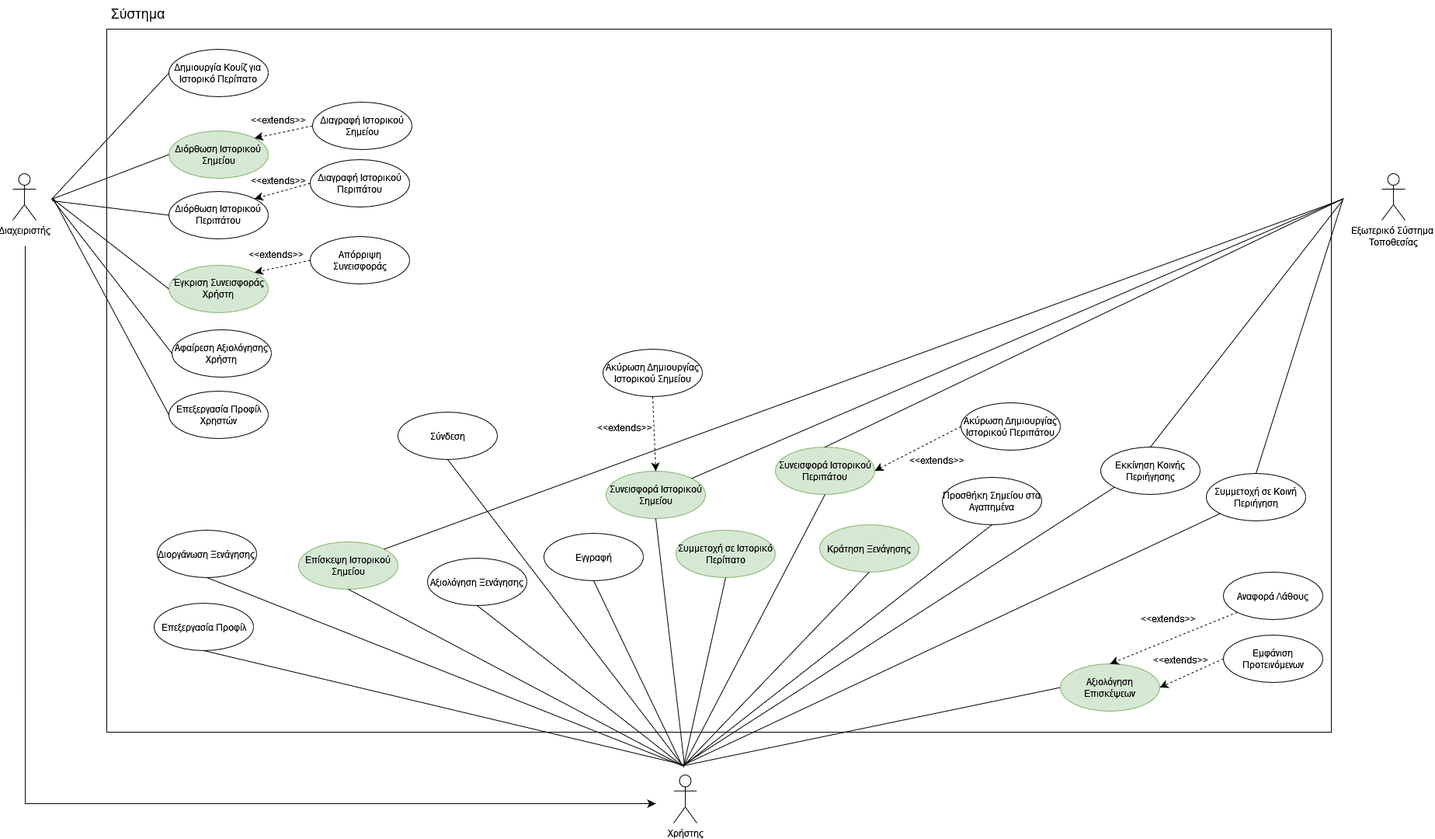
This is NOTES/Use Case Diagram.png from Nektar24/software-engineering, a draw.io export, as it was before one commit. Source tidied: cells renumbered, new cells last; positions are measured from the earlier drawing's top-left corner, leaving out a move shared by most shapes.
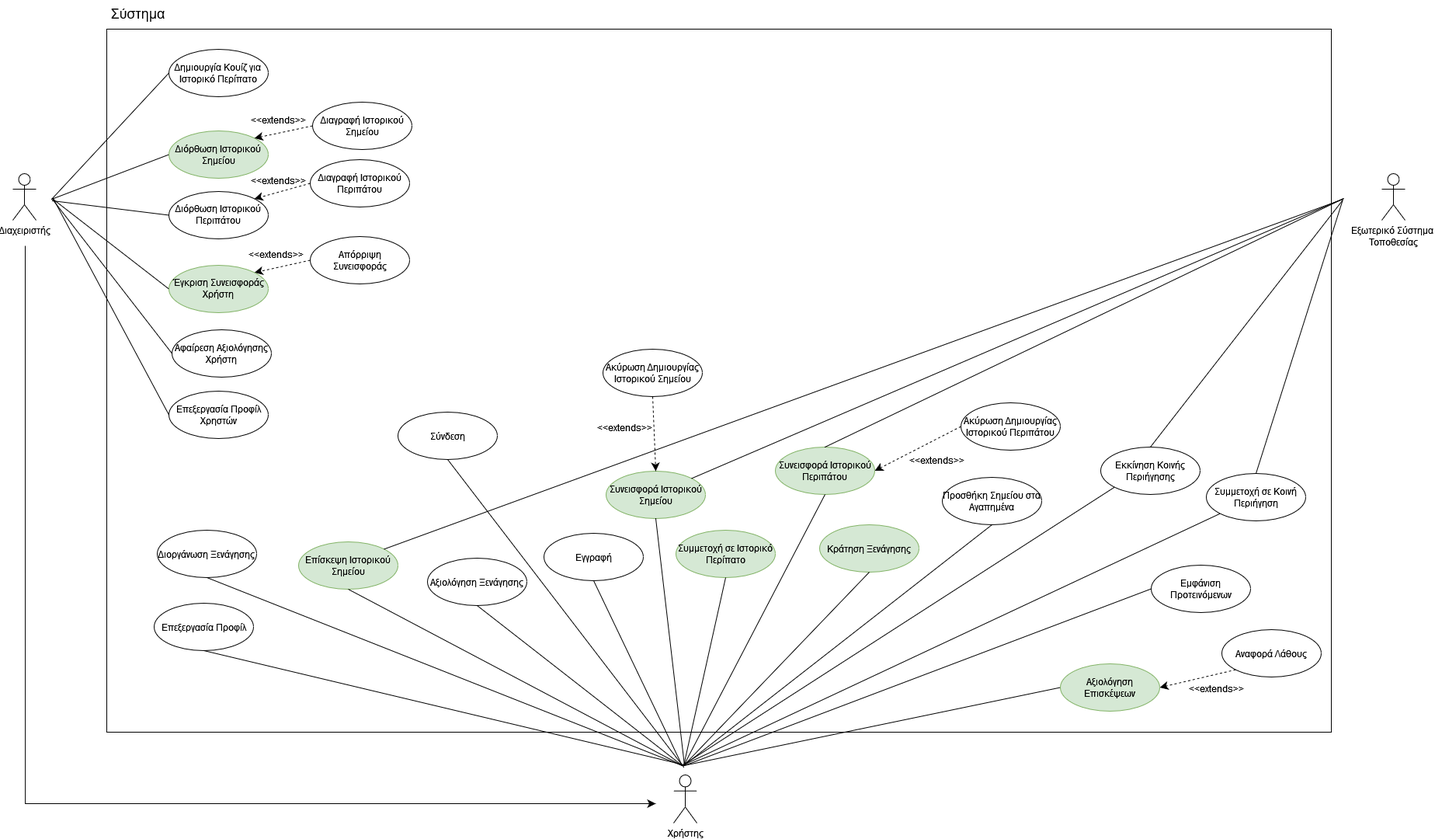
After the change.

Commit message:
use case diagram correction

The edit, as a diff of the source:
```diff
@@ -251,28 +251,27 @@
         <mxPoint x="862" y="985" as="sourcePoint" />
       </mxGeometry>
     </mxCell>
-    <mxCell id="67" value="Εμφάνιση Προτεινόμενων" style="ellipse;whiteSpace=wrap;html=1;" parent="1" vertex="1">
-      <mxGeometry x="1559" y="817" width="128" height="61" as="geometry" />
-    </mxCell>
-    <mxCell id="68" style="edgeStyle=none;curved=1;rounded=0;jettySize=auto;html=1;exitX=0;exitY=0.5;exitDx=0;exitDy=0;entryX=1;entryY=0.5;entryDx=0;entryDy=0;fontSize=12;startSize=8;endSize=8;dashed=1;" parent="1" edge="1" source="67" target="39">
-      <mxGeometry relative="1" as="geometry" />
-    </mxCell>
-    <mxCell id="69" value="&lt;font style=&quot;font-size: 12px;&quot;&gt;&amp;lt;&amp;lt;&lt;font style=&quot;font-size: 12px;&quot;&gt;extends&amp;gt;&amp;gt;&lt;/font&gt;&lt;/font&gt;" style="text;html=1;align=center;verticalAlign=middle;strokeColor=none;fillColor=none;fontSize=16;" parent="1" vertex="1">
-      <mxGeometry x="1460" y="832" width="88" height="31" as="geometry" />
-    </mxCell>
     <mxCell id="70" style="endArrow=none;html=1;rounded=0;fontSize=12;startSize=8;endSize=8;curved=1;entryX=0;entryY=0.5;entryDx=0;entryDy=0;" parent="1" edge="1" target="61">
       <mxGeometry relative="1" as="geometry">
         <mxPoint x="51" y="258" as="sourcePoint" />
       </mxGeometry>
     </mxCell>
-    <mxCell id="71" style="edgeStyle=none;curved=1;rounded=0;jettySize=auto;html=1;exitX=0;exitY=1;exitDx=0;exitDy=0;entryX=0.5;entryY=0;entryDx=0;entryDy=0;fontSize=12;startSize=8;endSize=8;dashed=1;" parent="1" edge="1" source="72" target="39">
+    <mxCell id="71" style="edgeStyle=none;curved=1;rounded=0;jettySize=auto;html=1;exitX=0;exitY=1;exitDx=0;exitDy=0;entryX=1;entryY=0.5;entryDx=0;entryDy=0;fontSize=12;startSize=8;endSize=8;dashed=1;" parent="1" edge="1" source="72" target="39">
       <mxGeometry relative="1" as="geometry" />
     </mxCell>
     <mxCell id="72" value="Αναφορά Λάθους" style="ellipse;whiteSpace=wrap;html=1;" parent="1" vertex="1">
-      <mxGeometry x="1559" y="736" width="128" height="61" as="geometry" />
+      <mxGeometry x="1557" y="810" width="128" height="61" as="geometry" />
     </mxCell>
     <mxCell id="73" value="&lt;font style=&quot;font-size: 12px;&quot;&gt;&amp;lt;&amp;lt;&lt;font style=&quot;font-size: 12px;&quot;&gt;extends&amp;gt;&amp;gt;&lt;/font&gt;&lt;/font&gt;" style="text;html=1;align=center;verticalAlign=middle;strokeColor=none;fillColor=none;fontSize=16;" parent="1" vertex="1">
-      <mxGeometry x="1444" y="779" width="88" height="31" as="geometry" />
+      <mxGeometry x="1506" y="869" width="88" height="31" as="geometry" />
     </mxCell>
+    <mxCell id="67" value="Εμφάνιση Προτεινόμενων" style="ellipse;whiteSpace=wrap;html=1;" parent="1" vertex="1">
+      <mxGeometry x="1466" y="727" width="128" height="61" as="geometry" />
+    </mxCell>
+    <mxCell id="74" style="endArrow=none;html=1;rounded=0;fontSize=12;startSize=8;endSize=8;curved=1;entryX=0;entryY=0.5;entryDx=0;entryDy=0;" parent="1" edge="1" target="67">
+      <mxGeometry relative="1" as="geometry">
+        <mxPoint x="865" y="985" as="sourcePoint" />
+      </mxGeometry>
+    </mxCell>
   </root>
 </mxGraphModel>
```
